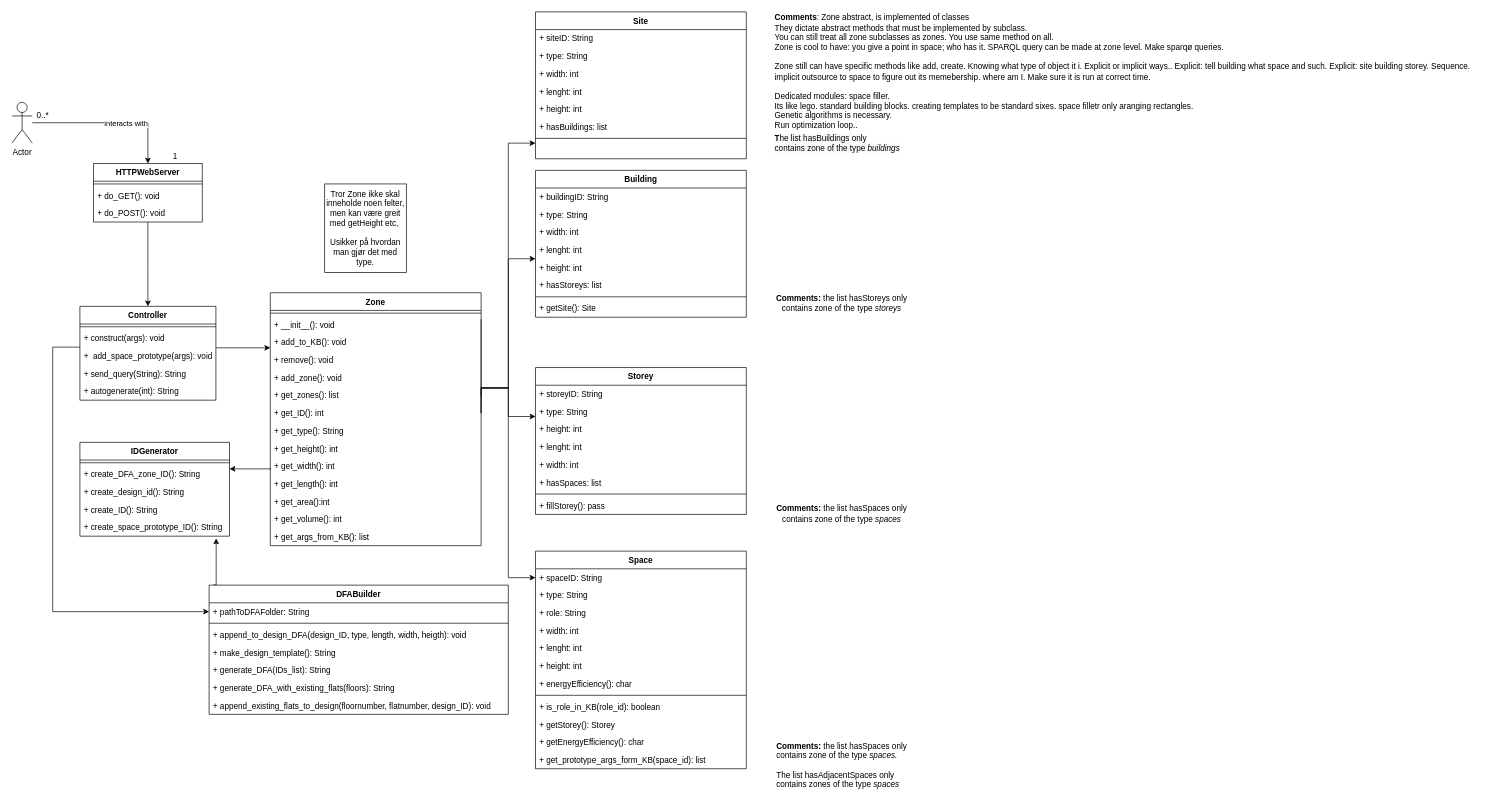
The draw.io diagram page "Design Class Diagram" (6 of 9) of Diagrams/Diagrams.drawio in Hallvaeb/automation-p2-construction-knowledge-base, before the edit. Source tidied: cells renumbered, new cells numbered last; positions are measured from the earlier drawing's top-left corner, leaving out a move shared by most shapes. Both pictures are drawn from the tidied source at 68%, with x=0, y=0 at pixel (12, 12).
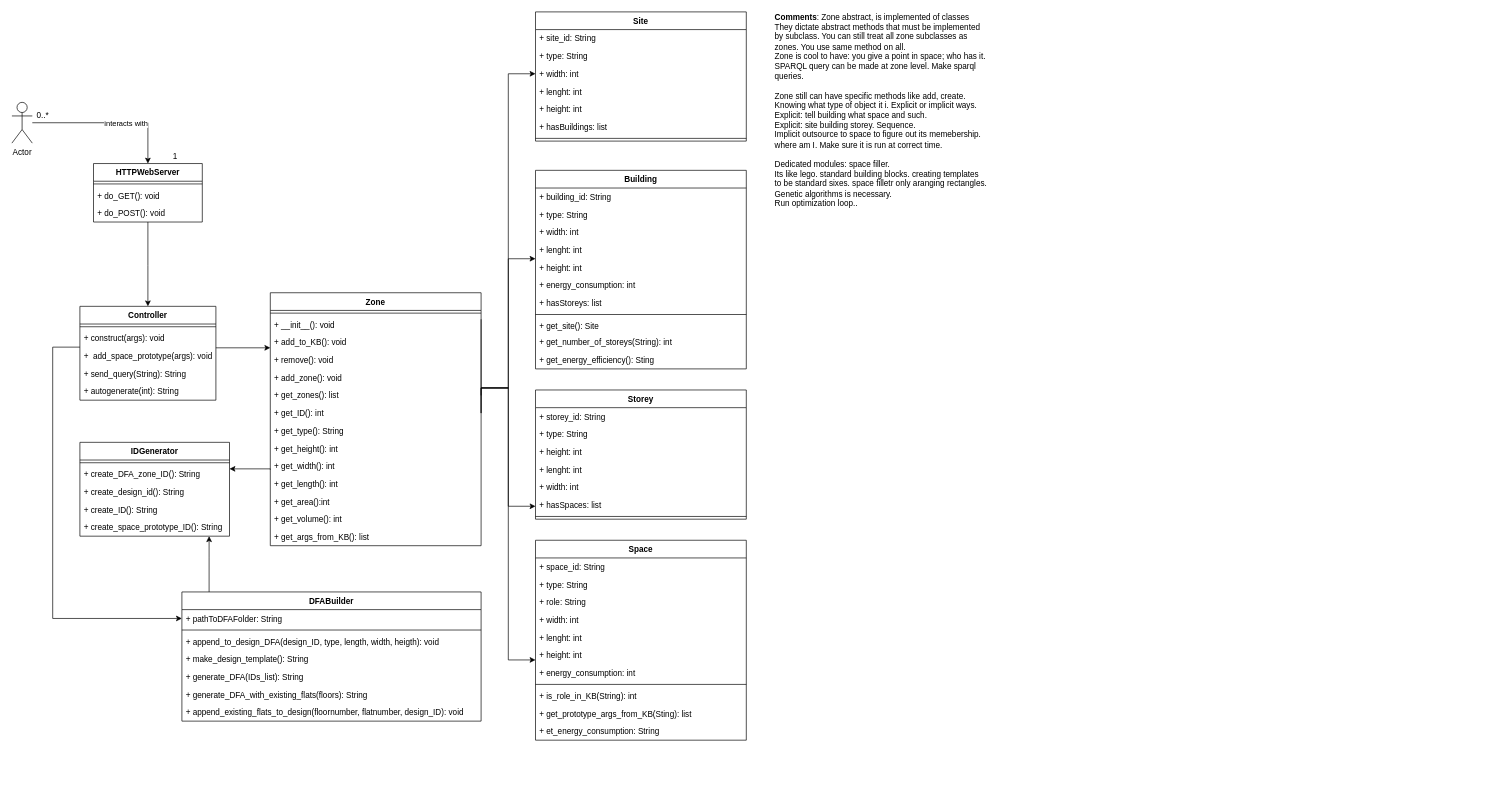
The same page after the edit.

Unchanged cells that the change refers to:
```xml
<mxCell id="29" value="+ pathToDFAFolder: String" style="text;strokeColor=none;fillColor=none;align=left;verticalAlign=top;spacingLeft=4;spacingRight=4;overflow=hidden;points=[[0,0.5],[1,0.5]];portConstraint=eastwest;" parent="28" vertex="1">
  <mxGeometry y="26" width="440" height="26" as="geometry" />
</mxCell>
<mxCell id="39" value="+ width: int" style="text;strokeColor=none;fillColor=none;align=left;verticalAlign=top;spacingLeft=4;spacingRight=4;overflow=hidden;points=[[0,0.5],[1,0.5]];portConstraint=eastwest;" parent="36" vertex="1">
  <mxGeometry y="78" width="310" height="26" as="geometry" />
</mxCell>
<mxCell id="75" value="+ get_ID(): int" style="text;strokeColor=none;fillColor=none;align=left;verticalAlign=top;spacingLeft=4;spacingRight=4;overflow=hidden;points=[[0,0.5],[1,0.5]];portConstraint=eastwest;" parent="68" vertex="1">
  <mxGeometry y="164" width="310" height="26" as="geometry" />
</mxCell>
<mxCell id="100" value="+ create_space_prototype_ID(): String" style="text;strokeColor=none;fillColor=none;align=left;verticalAlign=top;spacingLeft=4;spacingRight=4;overflow=hidden;points=[[0,0.5],[1,0.5]];portConstraint=eastwest;" parent="95" vertex="1">
  <mxGeometry y="112" width="220" height="26" as="geometry" />
</mxCell>
```

Diff of the diagram source:
```diff
@@
     <mxCell id="8" value="Building" style="swimlane;fontStyle=1;align=center;verticalAlign=top;horizontal=1;startSize=26;strokeColor=default;fillColor=default;" parent="1" vertex="1">
-      <mxGeometry x="770" y="233" width="310" height="216" as="geometry" />
+      <mxGeometry x="770" y="233" width="310" height="292" as="geometry" />
     </mxCell>
-    <mxCell id="9" value="+ buildingID: String" style="text;strokeColor=none;fillColor=none;align=left;verticalAlign=top;spacingLeft=4;spacingRight=4;overflow=hidden;" parent="8" vertex="1">
+    <mxCell id="9" value="+ building_id: String" style="text;strokeColor=none;fillColor=none;align=left;verticalAlign=top;spacingLeft=4;spacingRight=4;overflow=hidden;" parent="8" vertex="1">
       <mxGeometry y="26" width="310" height="26" as="geometry" />
     </mxCell>
@@
+    <mxCell id="104" value="+ energy_consumption: int" style="text;strokeColor=none;fillColor=none;align=left;verticalAlign=top;spacingLeft=4;spacingRight=4;overflow=hidden;" parent="8" vertex="1">
+      <mxGeometry y="156" width="310" height="26" as="geometry" />
+    </mxCell>
     <mxCell id="14" value="+ hasStoreys: list" style="text;strokeColor=none;fillColor=none;align=left;verticalAlign=top;spacingLeft=4;spacingRight=4;overflow=hidden;" parent="8" vertex="1">
-      <mxGeometry y="156" width="310" height="26" as="geometry" />
+      <mxGeometry y="182" width="310" height="26" as="geometry" />
     </mxCell>
     <mxCell id="15" style="line;strokeWidth=1;fillColor=none;align=left;verticalAlign=middle;spacingTop=-1;spacingLeft=3;spacingRight=3;labelPosition=right;" parent="8" vertex="1">
-      <mxGeometry y="182" width="310" height="8" as="geometry" />
+      <mxGeometry y="208" width="310" height="8" as="geometry" />
     </mxCell>
-    <mxCell id="16" value="+ getSite(): Site" style="text;strokeColor=none;fillColor=none;align=left;verticalAlign=top;spacingLeft=4;spacingRight=4;overflow=hidden;" parent="8" vertex="1">
-      <mxGeometry y="190" width="310" height="26" as="geometry" />
+    <mxCell id="16" value="+ get_site(): Site" style="text;strokeColor=none;fillColor=none;align=left;verticalAlign=top;spacingLeft=4;spacingRight=4;overflow=hidden;" parent="8" vertex="1">
+      <mxGeometry y="216" width="310" height="24" as="geometry" />
     </mxCell>
+    <mxCell id="105" value="+ get_number_of_storeys(String): int" style="text;strokeColor=none;fillColor=none;align=left;verticalAlign=top;spacingLeft=4;spacingRight=4;overflow=hidden;" parent="8" vertex="1">
+      <mxGeometry y="240" width="310" height="26" as="geometry" />
+    </mxCell>
+    <mxCell id="106" value="+ get_energy_efficiency(): Sting" style="text;strokeColor=none;fillColor=none;align=left;verticalAlign=top;spacingLeft=4;spacingRight=4;overflow=hidden;" parent="8" vertex="1">
+      <mxGeometry y="266" width="310" height="26" as="geometry" />
+    </mxCell>
@@
-    <mxCell id="27" style="edgeStyle=orthogonalEdgeStyle;rounded=0;jettySize=auto;html=1;exitX=0.017;exitY=-0.008;exitDx=0;exitDy=0;entryX=0.911;entryY=1.126;entryDx=0;entryDy=0;fontSize=12;entryPerimeter=0;exitPerimeter=0;" parent="1" edge="1" source="28" target="100">
-      <mxGeometry relative="1" as="geometry">
-        <Array as="points">
-          <mxPoint x="298" y="843" />
-          <mxPoint x="300" y="843" />
-        </Array>
-      </mxGeometry>
-    </mxCell>
     <mxCell id="28" value="DFABuilder" style="swimlane;fontStyle=1;align=center;verticalAlign=top;horizontal=1;startSize=26;strokeColor=default;fillColor=default;" parent="1" vertex="1">
-      <mxGeometry x="290" y="843" width="440" height="190" as="geometry" />
+      <mxGeometry x="250" y="853" width="440" height="190" as="geometry" />
     </mxCell>
@@
     <mxCell id="36" value="Site" style="swimlane;fontStyle=1;align=center;verticalAlign=top;horizontal=1;startSize=26;strokeColor=default;fillColor=default;" parent="1" vertex="1">
-      <mxGeometry x="770" width="310" height="216" as="geometry" />
+      <mxGeometry x="770" width="310" height="190" as="geometry" />
     </mxCell>
-    <mxCell id="37" value="+ siteID: String" style="text;strokeColor=none;fillColor=none;align=left;verticalAlign=top;spacingLeft=4;spacingRight=4;overflow=hidden;" parent="36" vertex="1">
+    <mxCell id="37" value="+ site_id: String" style="text;strokeColor=none;fillColor=none;align=left;verticalAlign=top;spacingLeft=4;spacingRight=4;overflow=hidden;" parent="36" vertex="1">
       <mxGeometry y="26" width="310" height="26" as="geometry" />
     </mxCell>
@@
-    <mxCell id="44" value=" " style="text;strokeColor=none;fillColor=none;align=left;verticalAlign=top;spacingLeft=4;spacingRight=4;overflow=hidden;" parent="36" vertex="1">
-      <mxGeometry y="190" width="310" height="26" as="geometry" />
-    </mxCell>
     <mxCell id="45" value="Storey" style="swimlane;fontStyle=1;align=center;verticalAlign=top;horizontal=1;startSize=26;strokeColor=default;fillColor=default;" parent="1" vertex="1">
-      <mxGeometry x="770" y="523" width="310" height="216" as="geometry" />
+      <mxGeometry x="770" y="556" width="310" height="190" as="geometry" />
     </mxCell>
-    <mxCell id="46" value="+ storeyID: String" style="text;strokeColor=none;fillColor=none;align=left;verticalAlign=top;spacingLeft=4;spacingRight=4;overflow=hidden;" parent="45" vertex="1">
+    <mxCell id="46" value="+ storey_id: String" style="text;strokeColor=none;fillColor=none;align=left;verticalAlign=top;spacingLeft=4;spacingRight=4;overflow=hidden;" parent="45" vertex="1">
       <mxGeometry y="26" width="310" height="26" as="geometry" />
     </mxCell>
@@
-    <mxCell id="53" value="+ fillStorey(): pass" style="text;strokeColor=none;fillColor=none;align=left;verticalAlign=top;spacingLeft=4;spacingRight=4;overflow=hidden;" parent="45" vertex="1">
-      <mxGeometry y="190" width="310" height="26" as="geometry" />
-    </mxCell>
     <mxCell id="54" value="Space" style="swimlane;fontStyle=1;align=center;verticalAlign=top;horizontal=1;startSize=26;strokeColor=default;fillColor=default;" parent="1" vertex="1">
-      <mxGeometry x="770" y="793" width="310" height="320" as="geometry" />
+      <mxGeometry x="770" y="777" width="310" height="294" as="geometry" />
     </mxCell>
-    <mxCell id="55" value="+ spaceID: String" style="text;strokeColor=none;fillColor=none;align=left;verticalAlign=top;spacingLeft=4;spacingRight=4;overflow=hidden;" parent="54" vertex="1">
+    <mxCell id="55" value="+ space_id: String" style="text;strokeColor=none;fillColor=none;align=left;verticalAlign=top;spacingLeft=4;spacingRight=4;overflow=hidden;" parent="54" vertex="1">
       <mxGeometry y="26" width="310" height="26" as="geometry" />
     </mxCell>
@@
-    <mxCell id="61" value="+ energyEfficiency(): char" style="text;strokeColor=none;fillColor=none;align=left;verticalAlign=top;spacingLeft=4;spacingRight=4;overflow=hidden;" parent="54" vertex="1">
+    <mxCell id="61" value="+ energy_consumption: int" style="text;strokeColor=none;fillColor=none;align=left;verticalAlign=top;spacingLeft=4;spacingRight=4;overflow=hidden;" parent="54" vertex="1">
       <mxGeometry y="182" width="310" height="26" as="geometry" />
     </mxCell>
@@
-    <mxCell id="63" value="+ is_role_in_KB(role_id): boolean" style="text;strokeColor=none;fillColor=none;align=left;verticalAlign=top;spacingLeft=4;spacingRight=4;overflow=hidden;" parent="54" vertex="1">
+    <mxCell id="63" value="+ is_role_in_KB(String): int" style="text;strokeColor=none;fillColor=none;align=left;verticalAlign=top;spacingLeft=4;spacingRight=4;overflow=hidden;" parent="54" vertex="1">
       <mxGeometry y="216" width="310" height="26" as="geometry" />
     </mxCell>
-    <mxCell id="64" value="+ getStorey(): Storey" style="text;strokeColor=none;fillColor=none;align=left;verticalAlign=top;spacingLeft=4;spacingRight=4;overflow=hidden;" parent="54" vertex="1">
-      <mxGeometry y="242" width="310" height="26" as="geometry" />
-    </mxCell>
+    <mxCell id="107" value="+ get_prototype_args_from_KB(Sting): list" style="text;strokeColor=none;fillColor=none;align=left;verticalAlign=top;spacingLeft=4;spacingRight=4;overflow=hidden;" parent="54" vertex="1">
+      <mxGeometry y="242" width="310" height="26" as="geometry" />
+    </mxCell>
-    <mxCell id="65" value="+ getEnergyEfficiency(): char" style="text;strokeColor=none;fillColor=none;align=left;verticalAlign=top;spacingLeft=4;spacingRight=4;overflow=hidden;" parent="54" vertex="1">
+    <mxCell id="65" value="+ et_energy_consumption: String" style="text;strokeColor=none;fillColor=none;align=left;verticalAlign=top;spacingLeft=4;spacingRight=4;overflow=hidden;" parent="54" vertex="1">
       <mxGeometry y="268" width="310" height="26" as="geometry" />
     </mxCell>
-    <mxCell id="66" value="+ get_prototype_args_form_KB(space_id): list " style="text;strokeColor=none;fillColor=none;align=left;verticalAlign=top;spacingLeft=4;spacingRight=4;overflow=hidden;" parent="54" vertex="1">
-      <mxGeometry y="294" width="310" height="26" as="geometry" />
-    </mxCell>
-    <mxCell id="67" value="&lt;b&gt;Comments&lt;/b&gt;: Zone abstract, is implemented of classes&lt;br&gt;They dictate abstract methods that must be implemented by subclass.&lt;br&gt;You can still treat all zone subclasses as zones. You use same method on all.&lt;br&gt;Zone is cool to have: you give a point in space; who has it. SPARQL query can be made at zone level. Make sparqø queries.&amp;nbsp;&lt;br&gt;&lt;br&gt;Zone still can have specific methods like add, create. Knowing what type of object it i. Explicit or implicit ways.. Explicit: tell building what space and such. Explicit: site building storey. Sequence.&lt;br&gt;implicit outsource to space to figure out its memebership. where am I. Make sure it is run at correct time.&lt;br&gt;&lt;br&gt;Dedicated modules: space filler.&lt;br&gt;Its like lego. standard building blocks. creating templates to be standard sixes. space filletr only aranging rectangles.&lt;br&gt;Genetic algorithms is necessary.&lt;br&gt;Run optimization loop.." style="text;html=1;align=left;verticalAlign=middle;strokeColor=none;fillColor=none;" parent="1" vertex="1">
-      <mxGeometry x="1120" y="3" width="1040" height="170" as="geometry" />
+    <mxCell id="67" value="&lt;b&gt;Comments&lt;/b&gt;: Zone abstract, is implemented of classes&lt;br&gt;They dictate abstract methods that must be implemented&lt;br&gt;by subclass. You can still treat all zone subclasses as&lt;br&gt;zones. You use same method on all.&lt;br&gt;Zone is cool to have: you give a point in space; who has it.&lt;br&gt;SPARQL query can be made at zone level. Make sparql &lt;br&gt;queries.&amp;nbsp;&lt;br&gt;&lt;br&gt;Zone still can have specific methods like add, create.&lt;br&gt;Knowing what type of object it i. Explicit or implicit ways.&lt;br&gt;Explicit: tell building what space and such.&lt;br&gt;Explicit: site building storey. Sequence.&lt;br&gt;Implicit outsource to space to figure out its memebership.&lt;br&gt;where am I. Make sure it is run at correct time.&lt;br&gt;&lt;br&gt;Dedicated modules: space filler.&lt;br&gt;Its like lego. standard building blocks. creating templates&lt;br&gt;to be standard sixes. space filletr only aranging rectangles.&lt;br&gt;Genetic algorithms is necessary.&lt;br&gt;Run optimization loop.." style="text;html=1;align=left;verticalAlign=middle;strokeColor=none;fillColor=none;" parent="1" vertex="1">
+      <mxGeometry x="1120" width="330" height="290" as="geometry" />
     </mxCell>
@@
-    <mxCell id="83" style="edgeStyle=orthogonalEdgeStyle;rounded=0;jettySize=auto;html=1;exitX=1;exitY=0.5;exitDx=0;exitDy=0;" parent="1" edge="1" target="36">
+    <mxCell id="83" style="edgeStyle=orthogonalEdgeStyle;rounded=0;jettySize=auto;html=1;exitX=1;exitY=0.5;exitDx=0;exitDy=0;entryX=0;entryY=0.5;entryDx=0;entryDy=0;" parent="1" edge="1" target="39">
       <mxGeometry relative="1" as="geometry">
         <mxPoint x="690" y="452" as="sourcePoint" />
         <Array as="points">
           <mxPoint x="690" y="553" />
           <mxPoint x="730" y="553" />
-          <mxPoint x="730" y="193" />
+          <mxPoint x="730" y="91" />
         </Array>
       </mxGeometry>
     </mxCell>
     <mxCell id="84" style="edgeStyle=orthogonalEdgeStyle;rounded=0;jettySize=auto;html=1;exitX=1;exitY=0.5;exitDx=0;exitDy=0;" parent="1" edge="1" target="8">
       <mxGeometry relative="1" as="geometry">
         <Array as="points">
-          <mxPoint x="690" y="553" />
-          <mxPoint x="730" y="553" />
-          <mxPoint x="730" y="397" />
+          <mxPoint x="690" y="630" />
+          <mxPoint x="730" y="630" />
+          <mxPoint x="730" y="474" />
         </Array>
       </mxGeometry>
     </mxCell>
     <mxCell id="85" style="edgeStyle=orthogonalEdgeStyle;rounded=0;jettySize=auto;html=1;exitX=1;exitY=0.5;exitDx=0;exitDy=0;" parent="1" edge="1" target="45">
       <mxGeometry relative="1" as="geometry">
         <Array as="points">
-          <mxPoint x="690" y="553" />
-          <mxPoint x="730" y="553" />
-          <mxPoint x="730" y="595" />
+          <mxPoint x="690" y="630" />
+          <mxPoint x="730" y="630" />
+          <mxPoint x="730" y="672" />
         </Array>
       </mxGeometry>
     </mxCell>
     <mxCell id="86" style="edgeStyle=orthogonalEdgeStyle;rounded=0;jettySize=auto;html=1;exitX=1;exitY=0.5;exitDx=0;exitDy=0;" parent="1" edge="1" target="54">
       <mxGeometry relative="1" as="geometry">
         <Array as="points">
-          <mxPoint x="690" y="553" />
-          <mxPoint x="730" y="553" />
-          <mxPoint x="730" y="779" />
+          <mxPoint x="690" y="630" />
+          <mxPoint x="730" y="630" />
+          <mxPoint x="730" y="856" />
         </Array>
       </mxGeometry>
     </mxCell>
-    <mxCell id="87" value="Tror Zone ikke skal inneholde noen felter, men kan være greit med getHeight etc,&amp;nbsp;&lt;br&gt;&lt;br&gt;Usikker på hvordan man gjør det med type." style="whiteSpace=wrap;html=1;" parent="1" vertex="1">
-      <mxGeometry x="460" y="253" width="120" height="130" as="geometry" />
-    </mxCell>
@@
     <mxCell id="89" style="edgeStyle=orthogonalEdgeStyle;rounded=0;jettySize=auto;html=1;exitX=1;exitY=0.5;exitDx=0;exitDy=0;" parent="1" edge="1" source="75" target="45">
       <mxGeometry relative="1" as="geometry">
         <Array as="points">
           <mxPoint x="690" y="553" />
           <mxPoint x="730" y="553" />
-          <mxPoint x="730" y="595" />
+          <mxPoint x="730" y="727" />
         </Array>
       </mxGeometry>
     </mxCell>
     <mxCell id="90" style="edgeStyle=orthogonalEdgeStyle;rounded=0;jettySize=auto;html=1;exitX=1;exitY=0.5;exitDx=0;exitDy=0;" parent="1" edge="1" source="75">
       <mxGeometry relative="1" as="geometry">
-        <mxPoint x="770" y="832" as="targetPoint" />
+        <mxPoint x="770" y="953" as="targetPoint" />
         <Array as="points">
           <mxPoint x="690" y="553" />
           <mxPoint x="730" y="553" />
-          <mxPoint x="730" y="832" />
+          <mxPoint x="730" y="953" />
+          <mxPoint x="770" y="953" />
         </Array>
       </mxGeometry>
     </mxCell>
-    <mxCell id="91" value="&lt;b&gt;Comments:&lt;/b&gt;&amp;nbsp;the list hasStoreys only &lt;br&gt;contains zone of the type&amp;nbsp;&lt;i&gt;storeys&lt;/i&gt;" style="text;html=1;align=center;verticalAlign=middle;strokeColor=none;fillColor=none;" parent="1" vertex="1">
-      <mxGeometry x="1115" y="413" width="210" height="30" as="geometry" />
-    </mxCell>
-    <mxCell id="92" value="&lt;span style=&quot;color: rgb(0 , 0 , 0) ; font-family: &amp;#34;helvetica&amp;#34; ; font-size: 12px ; font-style: normal ; letter-spacing: normal ; text-align: center ; text-indent: 0px ; text-transform: none ; word-spacing: 0px ; background-color: rgb(248 , 249 , 250) ; display: inline ; float: none&quot;&gt;&lt;b&gt;T&lt;/b&gt;&lt;/span&gt;&lt;span style=&quot;color: rgb(0 , 0 , 0) ; font-family: &amp;#34;helvetica&amp;#34; ; font-size: 12px ; font-style: normal ; font-weight: 400 ; letter-spacing: normal ; text-align: center ; text-indent: 0px ; text-transform: none ; word-spacing: 0px ; background-color: rgb(248 , 249 , 250) ; display: inline ; float: none&quot;&gt;he list hasBuildings only&lt;/span&gt;&lt;br style=&quot;color: rgb(0 , 0 , 0) ; font-family: &amp;#34;helvetica&amp;#34; ; font-size: 12px ; font-style: normal ; font-weight: 400 ; letter-spacing: normal ; text-align: center ; text-indent: 0px ; text-transform: none ; word-spacing: 0px ; background-color: rgb(248 , 249 , 250)&quot;&gt;&lt;span style=&quot;color: rgb(0 , 0 , 0) ; font-family: &amp;#34;helvetica&amp;#34; ; font-size: 12px ; font-style: normal ; font-weight: 400 ; letter-spacing: normal ; text-align: center ; text-indent: 0px ; text-transform: none ; word-spacing: 0px ; background-color: rgb(248 , 249 , 250) ; display: inline ; float: none&quot;&gt;contains zone of the type&amp;nbsp;&lt;/span&gt;&lt;i style=&quot;color: rgb(0 , 0 , 0) ; font-family: &amp;#34;helvetica&amp;#34; ; font-size: 12px ; font-weight: 400 ; letter-spacing: normal ; text-align: center ; text-indent: 0px ; text-transform: none ; word-spacing: 0px ; background-color: rgb(248 , 249 , 250)&quot;&gt;buildings&lt;/i&gt;" style="text;whiteSpace=wrap;html=1;" parent="1" vertex="1">
-      <mxGeometry x="1120" y="173" width="230" height="40" as="geometry" />
-    </mxCell>
-    <mxCell id="93" value="&lt;b&gt;Comments:&lt;/b&gt;&amp;nbsp;the list hasSpaces only &lt;br&gt;contains zone of the type&amp;nbsp;&lt;i&gt;spaces&lt;/i&gt;" style="text;html=1;align=center;verticalAlign=middle;strokeColor=none;fillColor=none;" parent="1" vertex="1">
-      <mxGeometry x="1115" y="723" width="210" height="30" as="geometry" />
-    </mxCell>
-    <mxCell id="94" value="&lt;div style=&quot;text-align: left&quot;&gt;&lt;b&gt;Comments:&lt;/b&gt;&lt;span&gt;&amp;nbsp;the list hasSpaces only&lt;/span&gt;&lt;/div&gt;&lt;div style=&quot;text-align: left&quot;&gt;&lt;span&gt;contains zone of the type&amp;nbsp;&lt;/span&gt;&lt;i&gt;spaces.&lt;/i&gt;&lt;/div&gt;&lt;div style=&quot;text-align: left&quot;&gt;&lt;i&gt;&lt;br&gt;&lt;/i&gt;&lt;/div&gt;&lt;span&gt;&lt;div style=&quot;text-align: left&quot;&gt;&lt;span&gt;The list hasAdjacentSpaces only&lt;/span&gt;&lt;/div&gt;&lt;div style=&quot;text-align: left&quot;&gt;&lt;span&gt;contains zones of the type &lt;/span&gt;&lt;i&gt;spaces&lt;/i&gt;&lt;/div&gt;&lt;/span&gt;" style="text;html=1;align=center;verticalAlign=middle;strokeColor=none;fillColor=none;" parent="1" vertex="1">
-      <mxGeometry x="1115" y="1068" width="210" height="80" as="geometry" />
-    </mxCell>
@@
     <mxCell id="101" style="edgeStyle=orthogonalEdgeStyle;rounded=0;jettySize=auto;html=1;entryX=0;entryY=0.5;entryDx=0;entryDy=0;fontSize=12;" parent="1" edge="1" target="29">
       <mxGeometry relative="1" as="geometry">
         <mxPoint x="100" y="493" as="sourcePoint" />
         <Array as="points">
-          <mxPoint x="100" y="493" />
           <mxPoint x="60" y="493" />
-          <mxPoint x="60" y="882" />
+          <mxPoint x="60" y="892" />
         </Array>
       </mxGeometry>
     </mxCell>
@@
+    <mxCell id="27" style="edgeStyle=orthogonalEdgeStyle;rounded=0;jettySize=auto;html=1;fontSize=12;" parent="1" edge="1" source="28" target="100">
+      <mxGeometry relative="1" as="geometry">
+        <Array as="points">
+          <mxPoint x="290" y="803" />
+          <mxPoint x="290" y="803" />
+        </Array>
+      </mxGeometry>
+    </mxCell>
```
